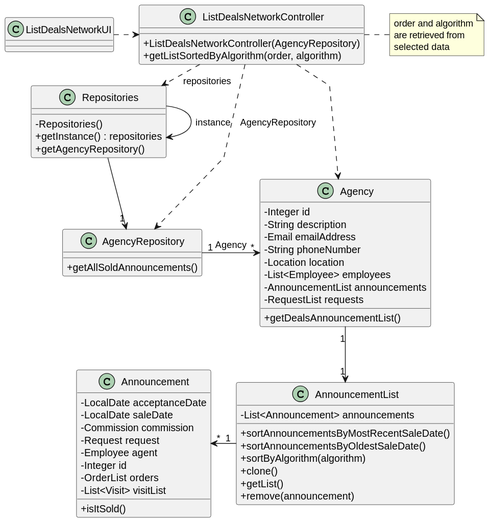
The PlantUML diagram docs/sprintD/us017/03.design/svg/us017-class-diagram.svg in rita-barbosa/LAPR2-2223, before a commit. Source of this version:
```plantuml
@startuml
skinparam packageStyle rectangle
skinparam shadowing false
skinparam linetype polyline

skinparam classAttributeIconSize 0


class Agency {
    - Integer id
    - String description
    - Email emailAddress
    - String phoneNumber
    - Location location
    - List<Employee> employees
    - AnnouncementList announcements
    - RequestList requests
    + getDealsAnnouncementList()
}

class AnnouncementList{
    - List<Announcement> announcements
    + sortAnnouncementsByMostRecentSaleDate()
    + sortAnnouncementsByOldestSaleDate()
    + sortByAlgorithm(algorithm)
    + clone()
    + getList()
    + remove(announcement)
}

class Announcement{
    - LocalDate acceptanceDate
    - LocalDate saleDate
    - Commission commission
    - Request request
    - Employee agent
    - Integer id
    - OrderList orders
    - List<Visit> visitList
    + isItSold()
}

class AgencyRepository {
    + getAllSoldAnnouncements()
}

class Repositories {
    - Repositories()
    + getInstance() : repositories
    + getAgencyRepository()
}

class ListDealsNetworkController {
    + ListDealsNetworkController(AgencyRepository)
    + getListSortedByAlgorithm(order, algorithm)
}

note right of ListDealsNetworkController
    order and algorithm
    are retrieved from
    selected data
end note

class ListDealsNetworkUI {
}

Repositories -> Repositories : instance

ListDealsNetworkUI .> ListDealsNetworkController

ListDealsNetworkController .> Repositories : repositories

Repositories -> "1" AgencyRepository

ListDealsNetworkController ..> Agency
ListDealsNetworkController ..> AgencyRepository : AgencyRepository

AgencyRepository "1" -right-> "*" Agency : Agency
Agency "1" --> "1" AnnouncementList

AnnouncementList "1" -left-> "*" Announcement
@enduml
```
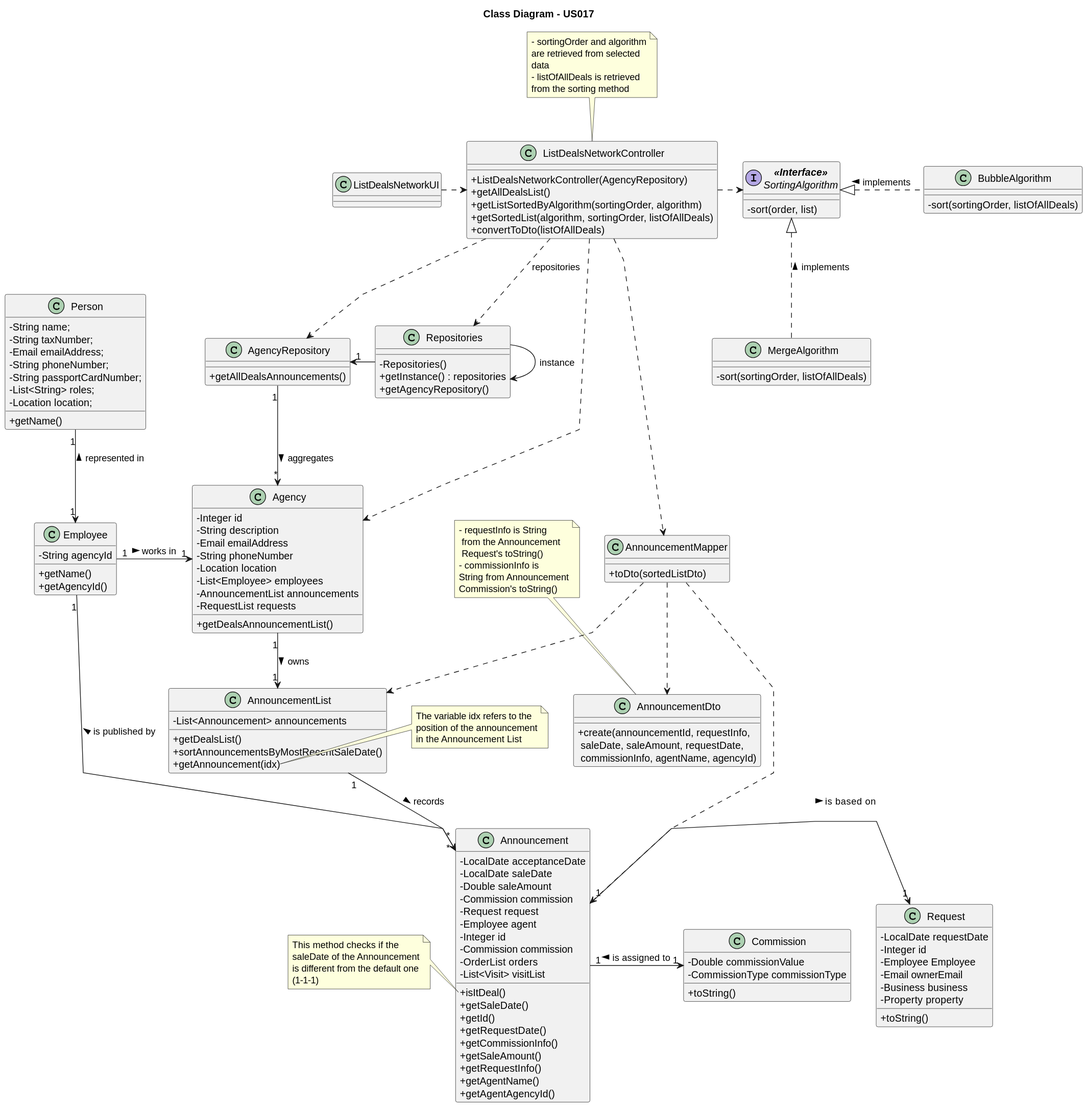
The same file after the commit.

The edit, as a diff of the source:
```diff
@@ -5,6 +5,8 @@
 
 skinparam classAttributeIconSize 0
 
+
+title Class Diagram - US017
 
 class Agency {
     - Integer id
@@ -20,28 +22,82 @@
 
 class AnnouncementList{
     - List<Announcement> announcements
+    + getDealsList()
     + sortAnnouncementsByMostRecentSaleDate()
-    + sortAnnouncementsByOldestSaleDate()
-    + sortByAlgorithm(algorithm)
-    + clone()
-    + getList()
-    + remove(announcement)
+    + getAnnouncement(idx)
 }
+
+note right of AnnouncementList::getAnnouncement
+The variable idx refers to the
+position of the announcement
+in the Announcement List
+end note
+
+class AnnouncementMapper {
+    + toDto(sortedListDto)
+}
+
+class AnnouncementDto{
+    + create(announcementId, requestInfo,\n saleDate, saleAmount, requestDate,\n commissionInfo, agentName, agencyId)
+}
+
+note top of AnnouncementDto
+    - requestInfo is String
+     from the Announcement
+     Request's toString()
+    - commissionInfo is
+    String from Announcement
+    Commission's toString()
+end note
+
 
 class Announcement{
     - LocalDate acceptanceDate
     - LocalDate saleDate
+    - Double saleAmount
     - Commission commission
     - Request request
     - Employee agent
     - Integer id
+    - Commission commission
     - OrderList orders
     - List<Visit> visitList
-    + isItSold()
+    + isItDeal()
+    + getSaleDate()
+    + getId()
+    + getRequestDate()
+    + getCommissionInfo()
+    + getSaleAmount()
+    + getRequestInfo()
+    + getAgentName()
+    + getAgentAgencyId()
+}
+
+note left of Announcement::isItDeal
+This method checks if the
+saleDate of the Announcement
+is different from the default one
+(1-1-1)
+end note
+
+class Commission{
+    - Double commissionValue
+    - CommissionType commissionType
+    + toString()
+}
+
+class Request{
+    - LocalDate requestDate
+    - Integer id
+    - Employee Employee
+    - Email ownerEmail
+    - Business business
+    - Property property
+    + toString()
 }
 
 class AgencyRepository {
-    + getAllSoldAnnouncements()
+    + getAllDealsAnnouncements()
 }
 
 class Repositories {
@@ -52,31 +108,93 @@
 
 class ListDealsNetworkController {
     + ListDealsNetworkController(AgencyRepository)
-    + getListSortedByAlgorithm(order, algorithm)
+    + getAllDealsList()
+    + getListSortedByAlgorithm(sortingOrder, algorithm)
+    + getSortedList(algorithm, sortingOrder, listOfAllDeals)
+    + convertToDto(listOfAllDeals)
 }
 
-note right of ListDealsNetworkController
-    order and algorithm
-    are retrieved from
-    selected data
+interface SortingAlgorithm  as "<b><<Interface>></b>\nSortingAlgorithm" {
+    - sort(order, list)
+}
+
+class MergeAlgorithm {
+    - sort(sortingOrder, listOfAllDeals)
+}
+
+class BubbleAlgorithm {
+    - sort(sortingOrder, listOfAllDeals)
+}
+
+note top of ListDealsNetworkController
+    - sortingOrder and algorithm
+    are retrieved from selected
+    data
+    - listOfAllDeals is retrieved
+    from the sorting method
 end note
 
 class ListDealsNetworkUI {
 }
 
-Repositories -> Repositories : instance
+class Person{
+    - String name;
+    - String taxNumber;
+    - Email emailAddress;
+    - String phoneNumber;
+    - String passportCardNumber;
+    - List<String> roles;
+    - Location location;
+    + getName()
+ }
+
+
+class Employee{
+    - String agencyId
+    + getName()
+    + getAgencyId()
+}
+
+
 
 ListDealsNetworkUI .> ListDealsNetworkController
 
+Repositories -> Repositories : instance
+
 ListDealsNetworkController .> Repositories : repositories
 
-Repositories -> "1" AgencyRepository
+Repositories -left> "1" AgencyRepository
 
 ListDealsNetworkController ..> Agency
-ListDealsNetworkController ..> AgencyRepository : AgencyRepository
 
-AgencyRepository "1" -right-> "*" Agency : Agency
-Agency "1" --> "1" AnnouncementList
+ListDealsNetworkController .> SortingAlgorithm
 
-AnnouncementList "1" -left-> "*" Announcement
+ListDealsNetworkController ..> AgencyRepository
+
+AgencyRepository "1" --> "*" Agency : aggregates >
+
+Agency "1" --> "1" AnnouncementList : owns >
+
+ListDealsNetworkController ..> AnnouncementMapper
+
+AnnouncementMapper ..> AnnouncementList
+
+AnnouncementMapper ..> Announcement
+
+AnnouncementMapper ..> AnnouncementDto
+
+MergeAlgorithm ..up|> SortingAlgorithm : implements >
+
+BubbleAlgorithm ..left|> SortingAlgorithm : implements >
+
+
+
+
+
+Person "1" -down-> "1" Employee: represented in <
+Employee "1" --> "*" Announcement: is published by <
+Employee "1" -> "1" Agency: works in  >
+AnnouncementList "1" --> "*" Announcement: records >
+Announcement "1" -> "1" Request : is  based on >
+Announcement "1" -right-> "1" Commission: is assigned to <
 @enduml
```
